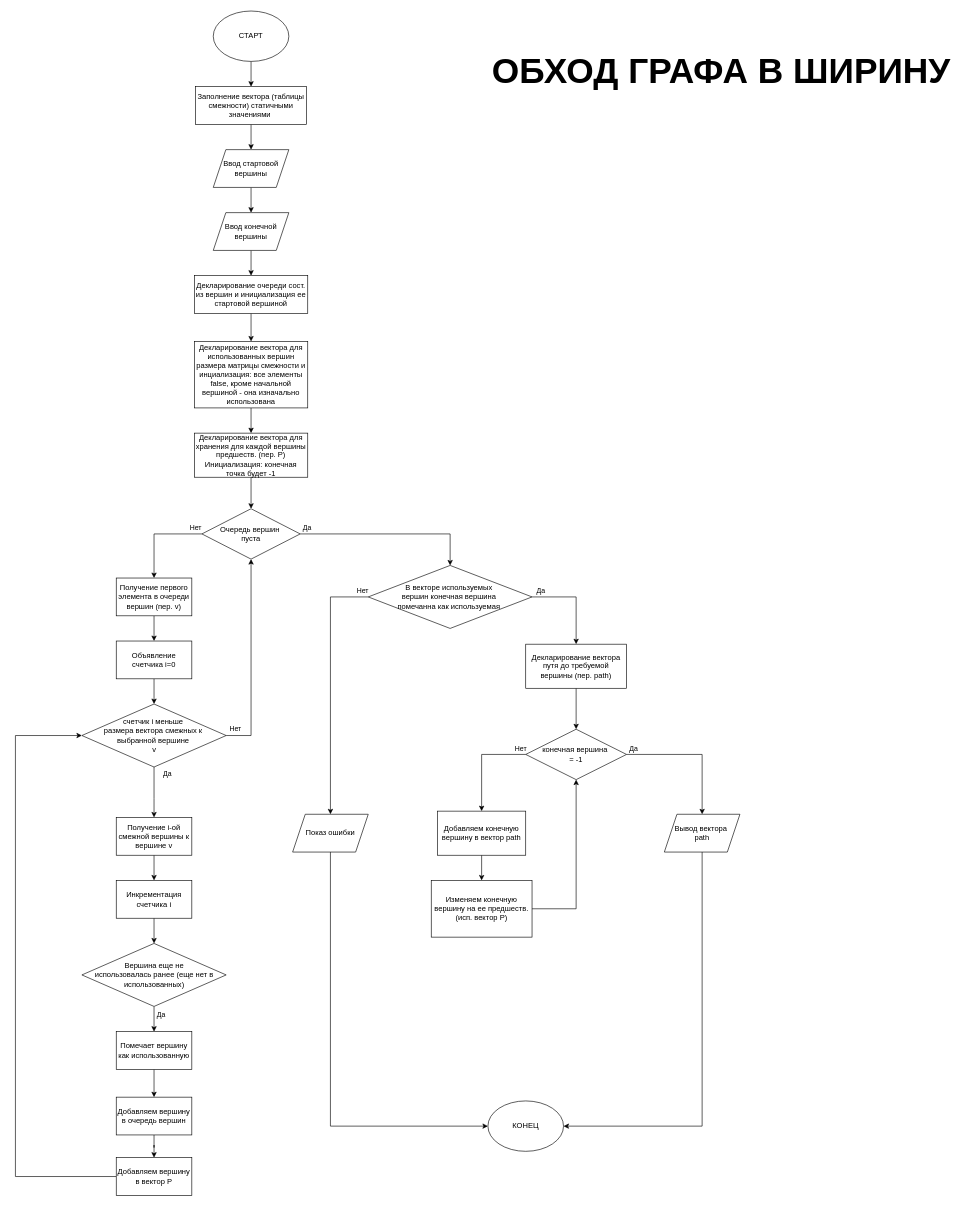
Calrission/MIIGAIK-Algorithmization keeps this draw.io diagram as 1.drawio. Above is the earlier version. Source tidied: cells renumbered, new cells numbered last; positions are measured from the earlier drawing's top-left corner, leaving out a move shared by most shapes. Both pictures are drawn from the tidied source at 63%, with x=0, y=0 at pixel (15, 11).
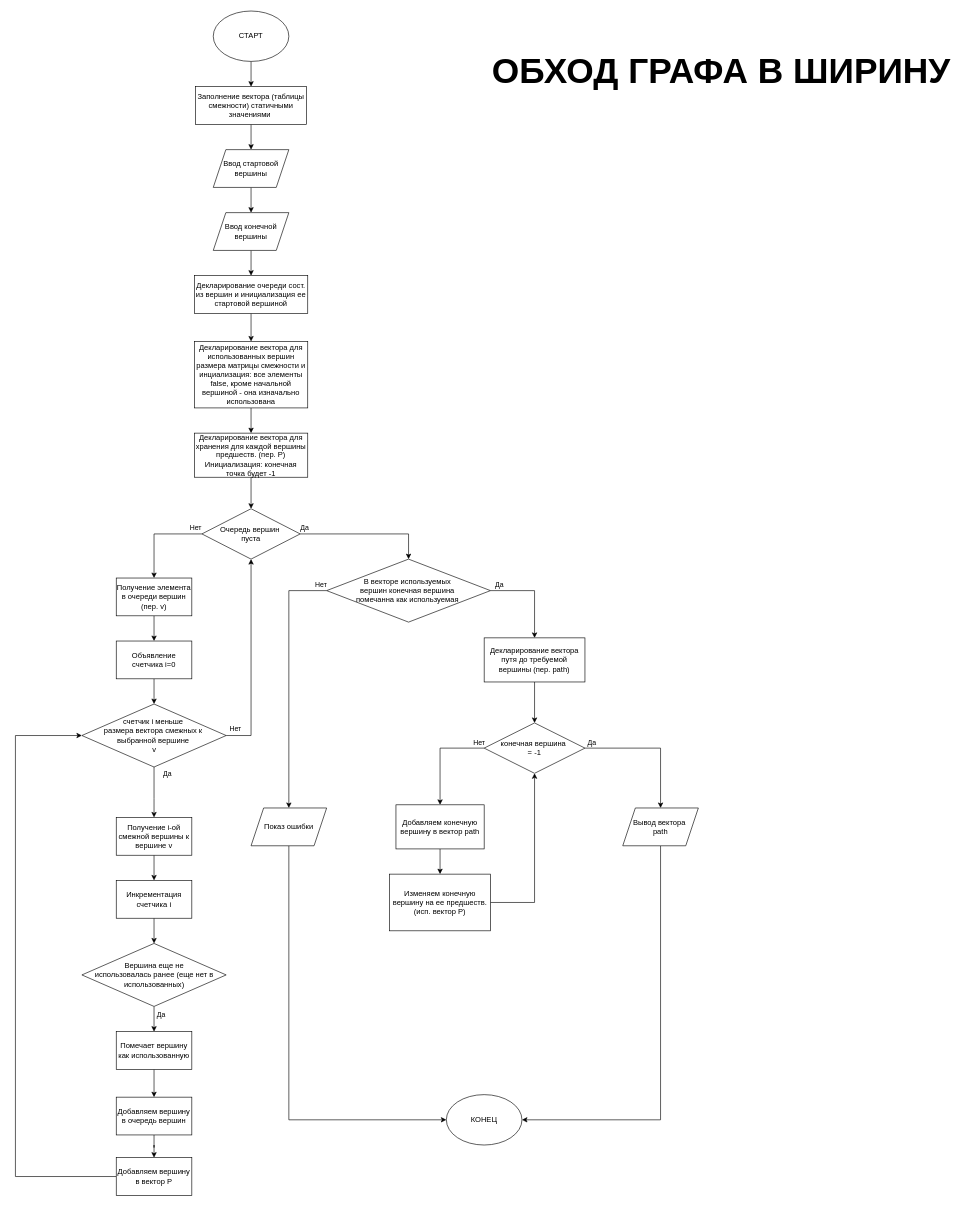
After the change.

Change to the diagram source:
```diff
@@
-    <mxCell id="22" value="Получение первого элемента в очереди вершин (пер. v)" style="rounded=0;whiteSpace=wrap;html=1;" parent="1" vertex="1">
+    <mxCell id="22" value="Получение элемента в очереди вершин (пер. v)" style="rounded=0;whiteSpace=wrap;html=1;" parent="1" vertex="1">
       <mxGeometry x="160" y="900" width="120" height="60" as="geometry" />
     </mxCell>
@@
     <mxCell id="43" style="edgeStyle=orthogonalEdgeStyle;rounded=0;jettySize=auto;html=1;entryX=0.5;entryY=0;entryDx=0;entryDy=0;" parent="1" edge="1" source="47" target="49">
       <mxGeometry relative="1" as="geometry">
         <Array as="points">
-          <mxPoint x="500" y="930" />
+          <mxPoint x="434" y="920" />
         </Array>
       </mxGeometry>
     </mxCell>
@@
     <mxCell id="45" style="edgeStyle=orthogonalEdgeStyle;rounded=0;jettySize=auto;html=1;" parent="1" edge="1" source="47" target="51">
       <mxGeometry relative="1" as="geometry">
         <Array as="points">
-          <mxPoint x="890" y="930" />
+          <mxPoint x="824" y="920" />
         </Array>
       </mxGeometry>
     </mxCell>
@@
     <mxCell id="47" value="В векторе используемых&amp;nbsp;&lt;div&gt;вершин конечная вершина&amp;nbsp;&lt;/div&gt;&lt;div&gt;помечанна как используемая&amp;nbsp;&lt;/div&gt;" style="rhombus;whiteSpace=wrap;html=1;" parent="1" vertex="1">
-      <mxGeometry x="560" y="880" width="260" height="100" as="geometry" />
+      <mxGeometry x="494" y="870" width="260" height="100" as="geometry" />
     </mxCell>
     <mxCell id="48" style="edgeStyle=orthogonalEdgeStyle;rounded=0;jettySize=auto;html=1;entryX=0;entryY=0.5;entryDx=0;entryDy=0;" parent="1" edge="1" source="49" target="63">
       <mxGeometry relative="1" as="geometry">
         <Array as="points">
-          <mxPoint x="500" y="1770" />
+          <mxPoint x="434" y="1760" />
         </Array>
       </mxGeometry>
     </mxCell>
     <mxCell id="49" value="Показ ошибки" style="shape=parallelogram;perimeter=parallelogramPerimeter;whiteSpace=wrap;html=1;fixedSize=1;" parent="1" vertex="1">
-      <mxGeometry x="440" y="1275" width="120" height="60" as="geometry" />
+      <mxGeometry x="374" y="1265" width="120" height="60" as="geometry" />
     </mxCell>
@@
     <mxCell id="51" value="Декларирование вектора путя до требуемой вершины (пер. path)" style="rounded=0;whiteSpace=wrap;html=1;" parent="1" vertex="1">
-      <mxGeometry x="810" y="1005" width="160" height="70" as="geometry" />
+      <mxGeometry x="744" y="995" width="160" height="70" as="geometry" />
     </mxCell>
     <mxCell id="52" style="edgeStyle=orthogonalEdgeStyle;rounded=0;jettySize=auto;html=1;entryX=0.5;entryY=0;entryDx=0;entryDy=0;" parent="1" edge="1" source="56" target="58">
       <mxGeometry relative="1" as="geometry">
         <Array as="points">
-          <mxPoint x="740" y="1180" />
+          <mxPoint x="674" y="1170" />
         </Array>
       </mxGeometry>
     </mxCell>
@@
     <mxCell id="56" value="конечная вершина&amp;nbsp;&lt;div&gt;= -1&lt;/div&gt;" style="rhombus;whiteSpace=wrap;html=1;" parent="1" vertex="1">
-      <mxGeometry x="810" y="1140" width="160" height="80" as="geometry" />
+      <mxGeometry x="744" y="1130" width="160" height="80" as="geometry" />
     </mxCell>
@@
     <mxCell id="58" value="Добавляем конечную вершину в вектор path" style="rounded=0;whiteSpace=wrap;html=1;" parent="1" vertex="1">
-      <mxGeometry x="670" y="1270" width="140" height="70" as="geometry" />
+      <mxGeometry x="604" y="1260" width="140" height="70" as="geometry" />
     </mxCell>
     <mxCell id="59" style="edgeStyle=orthogonalEdgeStyle;rounded=0;jettySize=auto;html=1;entryX=0.5;entryY=1;entryDx=0;entryDy=0;" parent="1" edge="1" source="60" target="56">
       <mxGeometry relative="1" as="geometry">
         <Array as="points">
-          <mxPoint x="890" y="1425" />
+          <mxPoint x="824" y="1415" />
         </Array>
       </mxGeometry>
     </mxCell>
     <mxCell id="60" value="Изменяем конечную вершину на ее предшеств. (исп. вектор P)" style="rounded=0;whiteSpace=wrap;html=1;" parent="1" vertex="1">
-      <mxGeometry x="660" y="1380" width="160" height="90" as="geometry" />
+      <mxGeometry x="594" y="1370" width="160" height="90" as="geometry" />
     </mxCell>
     <mxCell id="61" style="edgeStyle=orthogonalEdgeStyle;rounded=0;jettySize=auto;html=1;entryX=1;entryY=0.5;entryDx=0;entryDy=0;" parent="1" edge="1" source="62" target="63">
       <mxGeometry relative="1" as="geometry">
         <Array as="points">
-          <mxPoint x="1090" y="1770" />
+          <mxPoint x="1024" y="1760" />
         </Array>
       </mxGeometry>
     </mxCell>
     <mxCell id="62" value="Вывод вектора&amp;nbsp;&lt;div&gt;path&lt;/div&gt;" style="shape=parallelogram;perimeter=parallelogramPerimeter;whiteSpace=wrap;html=1;fixedSize=1;" parent="1" vertex="1">
-      <mxGeometry x="1030" y="1275" width="120" height="60" as="geometry" />
+      <mxGeometry x="964" y="1265" width="120" height="60" as="geometry" />
     </mxCell>
     <mxCell id="63" value="КОНЕЦ" style="ellipse;whiteSpace=wrap;html=1;" parent="1" vertex="1">
-      <mxGeometry x="750" y="1730" width="120" height="80" as="geometry" />
+      <mxGeometry x="684" y="1720" width="120" height="80" as="geometry" />
     </mxCell>
```
